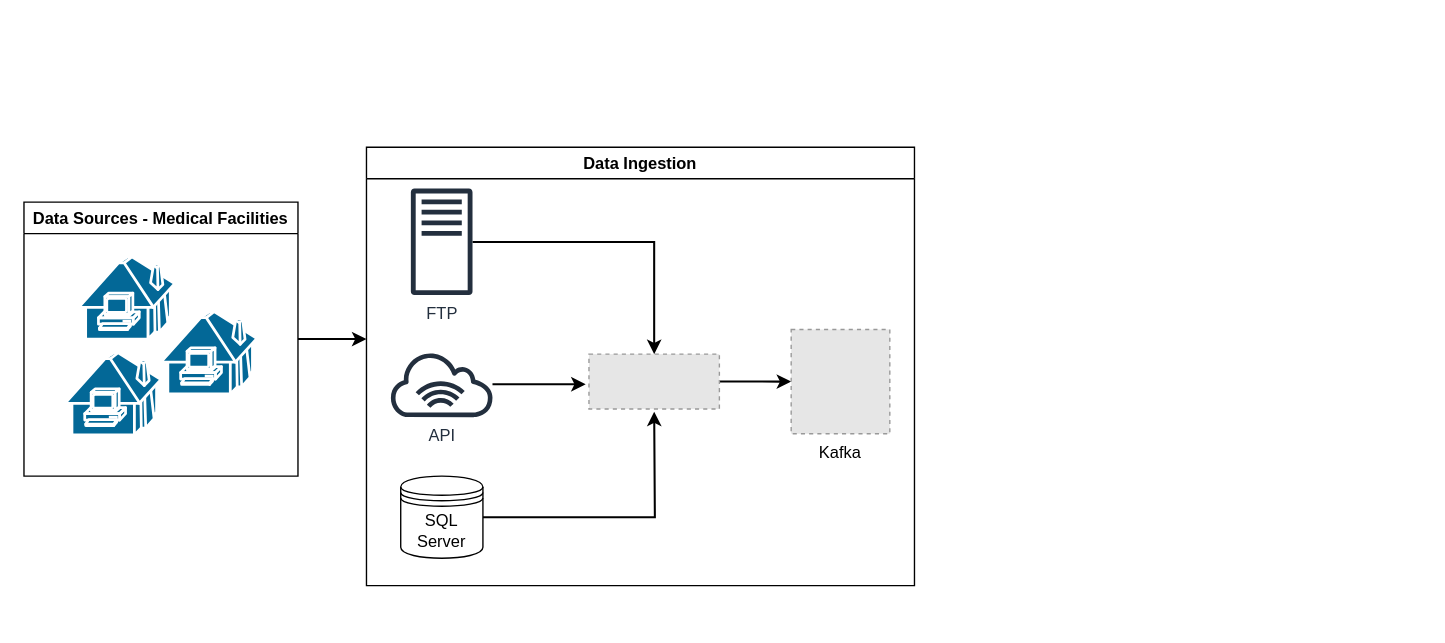
Before: Untitled Diagram.drawio in lapido/afrinomics, a draw.io diagram. Source tidied: cells renumbered, new cells numbered last; positions are measured from the earlier drawing's top-left corner, leaving out a move shared by most shapes. Both pictures are drawn from the tidied source at 137%, with x=0, y=0 at pixel (23, 147). Pictures stored in the file or linked from it are replaced by grey dashed boxes.
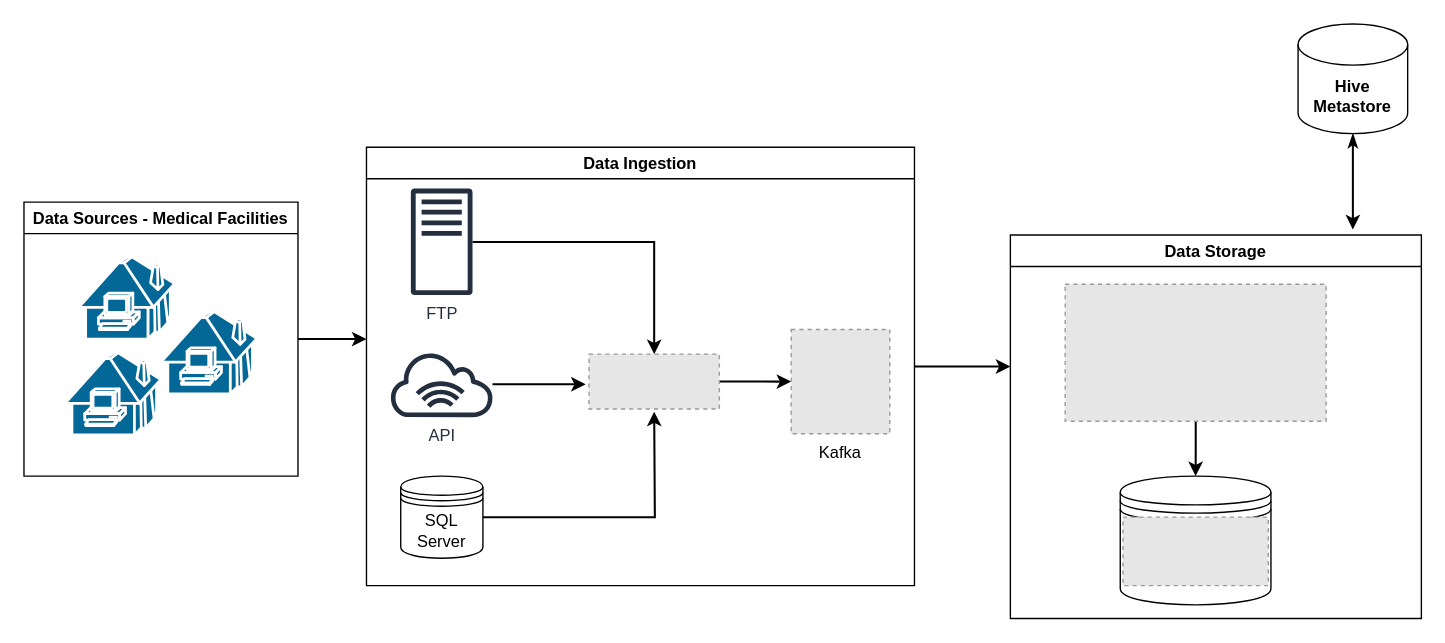
The same page after the edit.

Unchanged cells that the change refers to:
```xml
<mxCell id="2" value="Data Ingestion" style="swimlane;" parent="1" vertex="1">
  <mxGeometry x="250" width="400" height="320" as="geometry" />
</mxCell>
```

What changed in the source:
```diff
@@
+    <mxCell id="18" style="edgeStyle=orthogonalEdgeStyle;rounded=0;jettySize=auto;html=1;strokeWidth=1.5;" parent="1" edge="1" source="2">
+      <mxGeometry relative="1" as="geometry">
+        <mxPoint x="720" y="160" as="targetPoint" />
+      </mxGeometry>
+    </mxCell>
@@
+    <mxCell id="19" value="Data Storage" style="swimlane;" parent="1" vertex="1">
+      <mxGeometry x="720" y="64" width="300" height="280" as="geometry" />
+    </mxCell>
+    <mxCell id="20" style="edgeStyle=orthogonalEdgeStyle;rounded=0;jettySize=auto;html=1;entryX=0.5;entryY=0;entryDx=0;entryDy=0;strokeWidth=1.5;" parent="19" edge="1" source="21" target="22">
+      <mxGeometry relative="1" as="geometry" />
+    </mxCell>
+    <mxCell id="21" style="fillColor=#E6E6E6;strokeColor=#999999;dashed=1;verticalLabelPosition=bottom;labelBackgroundColor=#ffffff;verticalAlign=top;" parent="19" vertex="1">
+      <mxGeometry x="40" y="36" width="190.5" height="100" as="geometry" />
+    </mxCell>
+    <mxCell id="22" style="shape=datastore;whiteSpace=wrap;html=1;" parent="19" vertex="1">
+      <mxGeometry x="80.2" y="176" width="110" height="94" as="geometry" />
+    </mxCell>
+    <mxCell id="23" style="fillColor=#E6E6E6;strokeColor=#999999;dashed=1;verticalLabelPosition=bottom;labelBackgroundColor=#ffffff;verticalAlign=top;" parent="19" vertex="1">
+      <mxGeometry x="82.2" y="206" width="106" height="50" as="geometry" />
+    </mxCell>
+    <mxCell id="24" style="edgeStyle=orthogonalEdgeStyle;rounded=0;jettySize=auto;html=1;strokeWidth=1.5;startArrow=classicThin;startFill=1;" parent="1" edge="1" source="25">
+      <mxGeometry relative="1" as="geometry">
+        <mxPoint x="970" y="60" as="targetPoint" />
+      </mxGeometry>
+    </mxCell>
+    <mxCell id="25" value="&lt;b&gt;Hive Metastore&lt;/b&gt;" style="shape=cylinder3;whiteSpace=wrap;html=1;boundedLbl=1;backgroundOutline=1;size=15;" parent="1" vertex="1">
+      <mxGeometry x="930" y="-90" width="80" height="80" as="geometry" />
+    </mxCell>
```
